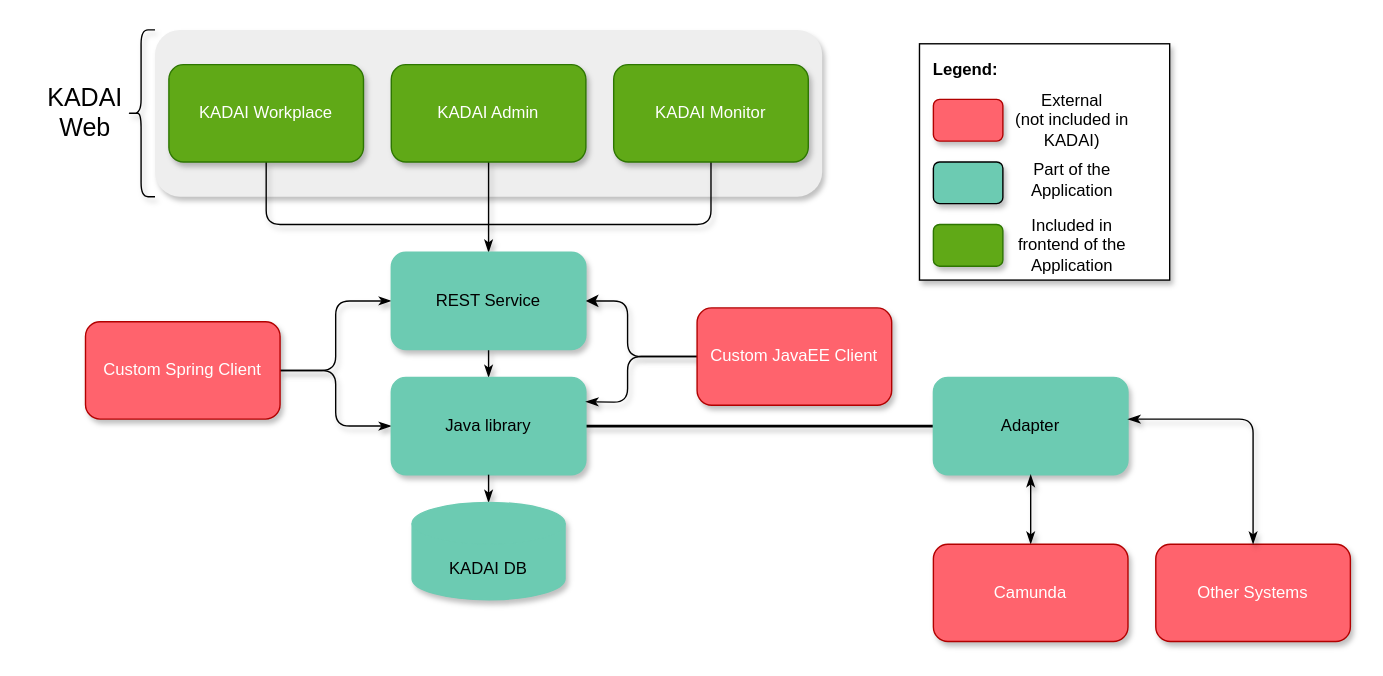
This is docs/images/drawio/components.drawio from kadai-io/kadai, a draw.io file, before an edit. Source tidied: cells renumbered, new cells numbered last; positions are measured from the earlier drawing's top-left corner, leaving out a move shared by most shapes. Both pictures are drawn from the tidied source at 139%, with x=0, y=0 at pixel (29, 29).
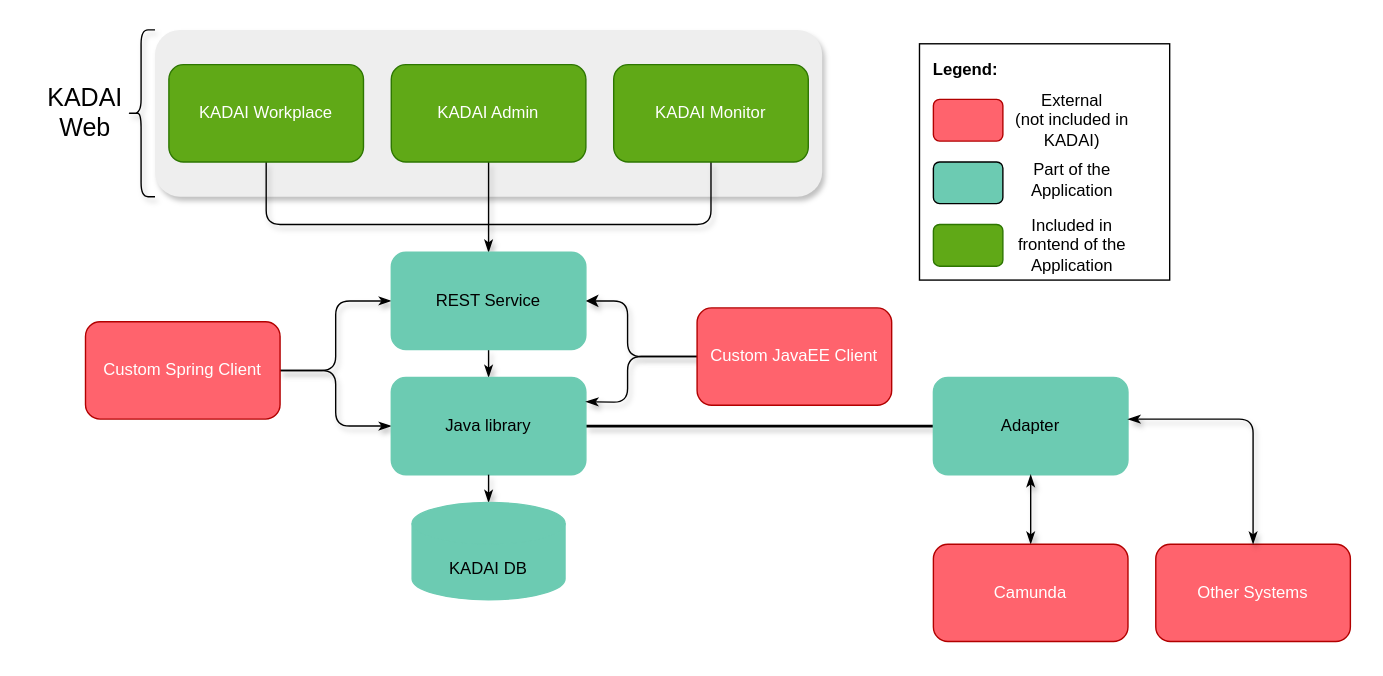
After the change.

Commit message (it also covers changes not shown here):
KAD-584: kadai svg logo

The edit, as a diff of the source:
```diff
@@
-    <mxCell id="6" value="Java library" style="rounded=1;whiteSpace=wrap;html=1;fillColor=#6CCBB2;strokeColor=#6CCBB2;shadow=1;" parent="1" vertex="1">
+    <mxCell id="6" value="Java library" style="rounded=1;whiteSpace=wrap;html=1;fillColor=#6CCBB2;strokeColor=#6CCBB2;shadow=0;" parent="1" vertex="1">
       <mxGeometry x="260" y="250" width="140" height="70" as="geometry" />
     </mxCell>
@@
-    <mxCell id="8" value="KADAI DB" style="shape=cylinder3;whiteSpace=wrap;html=1;boundedLbl=1;backgroundOutline=1;size=15;fillColor=#6CCBB2;strokeColor=#6CCBB2;shadow=1;" parent="1" vertex="1">
+    <mxCell id="8" value="KADAI DB" style="shape=cylinder3;whiteSpace=wrap;html=1;boundedLbl=1;backgroundOutline=1;size=15;fillColor=#6CCBB2;strokeColor=#6CCBB2;shadow=0;" parent="1" vertex="1">
       <mxGeometry x="275" y="340" width="110" height="70" as="geometry" />
     </mxCell>
@@
-    <mxCell id="13" value="REST Service" style="rounded=1;whiteSpace=wrap;html=1;fillColor=#6CCBB2;strokeColor=#6CCBB2;shadow=1;" parent="1" vertex="1">
+    <mxCell id="13" value="REST Service" style="rounded=1;whiteSpace=wrap;html=1;fillColor=#6CCBB2;strokeColor=#6CCBB2;shadow=0;" parent="1" vertex="1">
       <mxGeometry x="260" y="160" width="140" height="70" as="geometry" />
     </mxCell>
@@
-    <mxCell id="16" value="Custom JavaEE Client" style="rounded=1;whiteSpace=wrap;html=1;fillColor=#FF636D;strokeColor=#B20000;shadow=1;fontColor=#ffffff;" parent="1" vertex="1">
+    <mxCell id="16" value="Custom JavaEE Client" style="rounded=1;whiteSpace=wrap;html=1;fillColor=#FF636D;strokeColor=#B20000;shadow=0;fontColor=#ffffff;" parent="1" vertex="1">
       <mxGeometry x="480" y="200" width="140" height="70" as="geometry" />
     </mxCell>
-    <mxCell id="17" value="Custom Spring Client" style="rounded=1;whiteSpace=wrap;html=1;fillColor=#FF636D;strokeColor=#B20000;shadow=1;fontColor=#ffffff;" parent="1" vertex="1">
+    <mxCell id="17" value="Custom Spring Client" style="rounded=1;whiteSpace=wrap;html=1;fillColor=#FF636D;strokeColor=#B20000;shadow=0;fontColor=#ffffff;" parent="1" vertex="1">
       <mxGeometry x="40" y="210" width="140" height="70" as="geometry" />
     </mxCell>
-    <mxCell id="18" value="KADAI Workplace" style="rounded=1;whiteSpace=wrap;html=1;fillColor=#60a917;shadow=1;strokeColor=#2D7600;fontColor=#ffffff;" parent="1" vertex="1">
+    <mxCell id="18" value="KADAI Workplace" style="rounded=1;whiteSpace=wrap;html=1;fillColor=#60a917;shadow=0;strokeColor=#2D7600;fontColor=#ffffff;" parent="1" vertex="1">
       <mxGeometry x="100" y="25" width="140" height="70" as="geometry" />
     </mxCell>
-    <mxCell id="19" value="KADAI Admin" style="rounded=1;whiteSpace=wrap;html=1;fillColor=#60a917;shadow=1;strokeColor=#2D7600;fontColor=#ffffff;" parent="1" vertex="1">
+    <mxCell id="19" value="KADAI Admin" style="rounded=1;whiteSpace=wrap;html=1;fillColor=#60a917;shadow=0;strokeColor=#2D7600;fontColor=#ffffff;" parent="1" vertex="1">
       <mxGeometry x="260" y="25" width="140" height="70" as="geometry" />
     </mxCell>
-    <mxCell id="20" value="KADAI Monitor" style="rounded=1;whiteSpace=wrap;html=1;fillColor=#60a917;shadow=1;strokeColor=#2D7600;fontColor=#ffffff;" parent="1" vertex="1">
+    <mxCell id="20" value="KADAI Monitor" style="rounded=1;whiteSpace=wrap;html=1;fillColor=#60a917;shadow=0;strokeColor=#2D7600;fontColor=#ffffff;" parent="1" vertex="1">
       <mxGeometry x="420" y="25" width="140" height="70" as="geometry" />
     </mxCell>
-    <mxCell id="21" value="&lt;font style=&quot;font-size: 18px&quot;&gt;KADAI Web&lt;/font&gt;" style="rounded=0;whiteSpace=wrap;html=1;fillColor=none;strokeColor=none;shadow=1;" parent="1" vertex="1">
+    <mxCell id="21" value="&lt;font style=&quot;font-size: 18px&quot;&gt;KADAI Web&lt;/font&gt;" style="rounded=0;whiteSpace=wrap;html=1;fillColor=none;strokeColor=none;shadow=0;" parent="1" vertex="1">
       <mxGeometry y="40" width="80" height="40" as="geometry" />
     </mxCell>
@@
-    <mxCell id="23" value="Adapter" style="rounded=1;whiteSpace=wrap;html=1;fillColor=#6CCBB2;strokeColor=#6CCBB2;shadow=1;" parent="1" vertex="1">
+    <mxCell id="23" value="Adapter" style="rounded=1;whiteSpace=wrap;html=1;fillColor=#6CCBB2;strokeColor=#6CCBB2;shadow=0;" parent="1" vertex="1">
       <mxGeometry x="650" y="250" width="140" height="70" as="geometry" />
     </mxCell>
@@
-    <mxCell id="25" value="Camunda" style="rounded=1;whiteSpace=wrap;html=1;fillColor=#FF636D;strokeColor=#B20000;shadow=1;fontColor=#ffffff;" parent="1" vertex="1">
+    <mxCell id="25" value="Camunda" style="rounded=1;whiteSpace=wrap;html=1;fillColor=#FF636D;strokeColor=#B20000;shadow=0;fontColor=#ffffff;" parent="1" vertex="1">
       <mxGeometry x="650" y="370" width="140" height="70" as="geometry" />
     </mxCell>
-    <mxCell id="26" value="&lt;div&gt;&lt;b style=&quot;font-size: 12px&quot;&gt;Legend:&lt;/b&gt;&lt;/div&gt;" style="rounded=0;whiteSpace=wrap;html=1;fontSize=18;strokeColor=default;align=left;verticalAlign=top;spacingLeft=8;shadow=1;" parent="1" vertex="1">
+    <mxCell id="26" value="&lt;div&gt;&lt;b style=&quot;font-size: 12px&quot;&gt;Legend:&lt;/b&gt;&lt;/div&gt;" style="rounded=0;whiteSpace=wrap;html=1;fontSize=18;strokeColor=default;align=left;verticalAlign=top;spacingLeft=8;shadow=0;" parent="1" vertex="1">
       <mxGeometry x="640" y="10" width="180" height="170" as="geometry" />
     </mxCell>
-    <mxCell id="27" style="rounded=1;whiteSpace=wrap;html=1;fillColor=#FF636D;strokeColor=#B20000;shadow=1;fontColor=#ffffff;" parent="1" vertex="1">
+    <mxCell id="27" style="rounded=1;whiteSpace=wrap;html=1;fillColor=#FF636D;strokeColor=#B20000;shadow=0;fontColor=#ffffff;" parent="1" vertex="1">
       <mxGeometry x="650" y="50" width="50" height="30" as="geometry" />
     </mxCell>
-    <mxCell id="28" style="rounded=1;whiteSpace=wrap;html=1;fillColor=#6CCBB2;strokeColor=default;shadow=1;" parent="1" vertex="1">
+    <mxCell id="28" style="rounded=1;whiteSpace=wrap;html=1;fillColor=#6CCBB2;strokeColor=default;shadow=0;" parent="1" vertex="1">
       <mxGeometry x="650" y="95" width="50" height="30" as="geometry" />
     </mxCell>
-    <mxCell id="29" style="rounded=1;whiteSpace=wrap;html=1;fillColor=#60a917;shadow=1;strokeColor=#2D7600;fontColor=#ffffff;" parent="1" vertex="1">
+    <mxCell id="29" style="rounded=1;whiteSpace=wrap;html=1;fillColor=#60a917;shadow=0;strokeColor=#2D7600;fontColor=#ffffff;" parent="1" vertex="1">
       <mxGeometry x="650" y="140" width="50" height="30" as="geometry" />
     </mxCell>
-    <mxCell id="30" value="Other Systems" style="rounded=1;whiteSpace=wrap;html=1;fillColor=#FF636D;strokeColor=#B20000;shadow=1;fontColor=#ffffff;" parent="1" vertex="1">
+    <mxCell id="30" value="Other Systems" style="rounded=1;whiteSpace=wrap;html=1;fillColor=#FF636D;strokeColor=#B20000;shadow=0;fontColor=#ffffff;" parent="1" vertex="1">
       <mxGeometry x="810" y="370" width="140" height="70" as="geometry" />
     </mxCell>
@@
-    <mxCell id="32" value="External&lt;br&gt;(not included in KADAI)" style="text;html=1;align=center;verticalAlign=middle;whiteSpace=wrap;rounded=0;" parent="1" vertex="1">
+    <mxCell id="32" value="External&lt;br&gt;(not included in KADAI)" style="text;html=1;align=center;verticalAlign=middle;whiteSpace=wrap;rounded=0;shadow=0;" parent="1" vertex="1">
       <mxGeometry x="700" y="50" width="100" height="30" as="geometry" />
     </mxCell>
-    <mxCell id="33" value="Part of the Application" style="text;html=1;align=center;verticalAlign=middle;whiteSpace=wrap;rounded=0;" parent="1" vertex="1">
+    <mxCell id="33" value="Part of the Application" style="text;html=1;align=center;verticalAlign=middle;whiteSpace=wrap;rounded=0;shadow=0;" parent="1" vertex="1">
       <mxGeometry x="700" y="92.5" width="100" height="30" as="geometry" />
     </mxCell>
-    <mxCell id="34" value="Included in frontend of the Application" style="text;html=1;align=center;verticalAlign=middle;whiteSpace=wrap;rounded=0;" parent="1" vertex="1">
+    <mxCell id="34" value="Included in frontend of the Application" style="text;html=1;align=center;verticalAlign=middle;whiteSpace=wrap;rounded=0;shadow=0;" parent="1" vertex="1">
       <mxGeometry x="700" y="140" width="100" height="30" as="geometry" />
     </mxCell>
```
